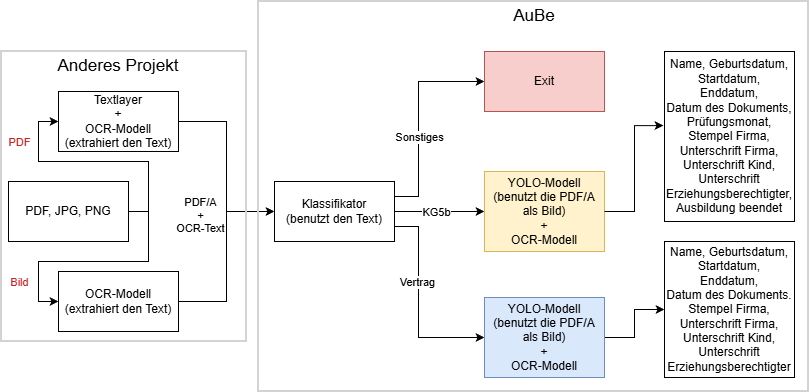
Earlier version of the draw.io export figures/aube.png (lksmlr/thesis). Source tidied: cells renumbered, new cells last; positions are measured from the earlier drawing's top-left corner, leaving out a move shared by most shapes.
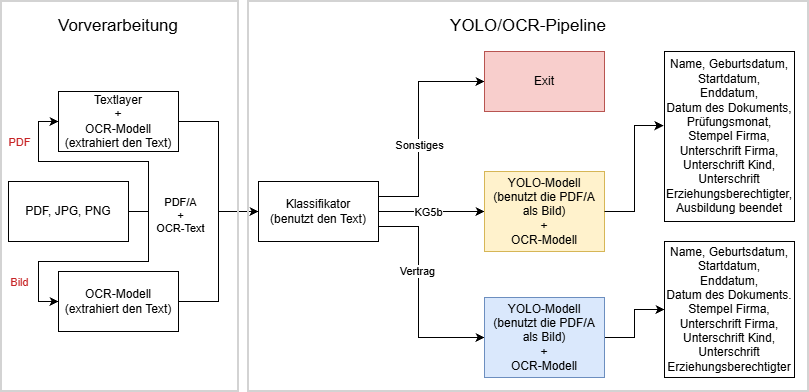
The same file after the commit.

What changed in the source:
```diff
@@ -73,7 +73,7 @@
       </mxGeometry>
     </mxCell>
     <mxCell id="17" value="Klassifikator&lt;div&gt;(benutzt den Text)&lt;/div&gt;" style="rounded=0;whiteSpace=wrap;html=1;" parent="1" vertex="1">
-      <mxGeometry x="273" y="180" width="120" height="60" as="geometry" />
+      <mxGeometry x="257" y="180" width="120" height="60" as="geometry" />
     </mxCell>
     <mxCell id="18" value="YOLO-Modell&lt;div&gt;(benutzt die PDF/A als Bild)&lt;/div&gt;&lt;div&gt;+&lt;/div&gt;&lt;div&gt;OCR-Modell&lt;/div&gt;" style="rounded=0;whiteSpace=wrap;html=1;fillColor=#fff2cc;strokeColor=#d6b656;" parent="1" vertex="1">
       <mxGeometry x="483" y="170" width="120" height="80" as="geometry" />
@@ -97,19 +97,19 @@
       <mxGeometry x="663" y="240" width="130" height="136" as="geometry" />
     </mxCell>
     <mxCell id="25" style="rounded=0;whiteSpace=wrap;html=1;fillColor=none;strokeColor=#d3d3d3;strokeWidth=2;" parent="1" vertex="1">
-      <mxGeometry y="50" width="245" height="290" as="geometry" />
+      <mxGeometry width="237" height="390" as="geometry" />
     </mxCell>
     <mxCell id="26" style="rounded=0;whiteSpace=wrap;html=1;fillColor=none;strokeColor=#d3d3d3;strokeWidth=2;" parent="1" vertex="1">
-      <mxGeometry x="257" width="550" height="390" as="geometry" />
+      <mxGeometry x="247" width="560" height="390" as="geometry" />
     </mxCell>
-    <mxCell id="27" value="&lt;font style=&quot;font-size: 17px;&quot;&gt;Anderes Projekt&lt;/font&gt;" style="text;html=1;whiteSpace=wrap;strokeColor=none;fillColor=none;align=center;verticalAlign=middle;rounded=0;" parent="1" vertex="1">
-      <mxGeometry x="47" y="50" width="140" height="30" as="geometry" />
+    <mxCell id="27" value="&lt;font style=&quot;font-size: 17px;&quot;&gt;Vorverarbeitung&lt;/font&gt;" style="text;html=1;whiteSpace=wrap;strokeColor=none;fillColor=none;align=center;verticalAlign=middle;rounded=0;" parent="1" vertex="1">
+      <mxGeometry x="47" y="10" width="140" height="30" as="geometry" />
     </mxCell>
-    <mxCell id="28" value="&lt;font style=&quot;font-size: 17px;&quot;&gt;AuBe&lt;/font&gt;" style="text;html=1;whiteSpace=wrap;strokeColor=none;fillColor=none;align=center;verticalAlign=middle;rounded=0;" parent="1" vertex="1">
-      <mxGeometry x="463" width="140" height="30" as="geometry" />
+    <mxCell id="28" value="&lt;font style=&quot;font-size: 17px;&quot;&gt;YOLO/OCR-Pipeline&lt;/font&gt;" style="text;html=1;whiteSpace=wrap;strokeColor=none;fillColor=none;align=center;verticalAlign=middle;rounded=0;" parent="1" vertex="1">
+      <mxGeometry x="445" y="10" width="164" height="30" as="geometry" />
     </mxCell>
     <mxCell id="29" value="PDF/A&lt;br&gt;&lt;div&gt;+&lt;/div&gt;&lt;div&gt;OCR-Text&lt;/div&gt;" style="edgeLabel;html=1;align=center;verticalAlign=middle;" parent="1" vertex="1">
-      <mxGeometry x="207" y="260" as="geometry">
+      <mxGeometry x="187" y="260" as="geometry">
         <mxPoint x="-9" y="-47" as="offset" />
       </mxGeometry>
     </mxCell>
```
